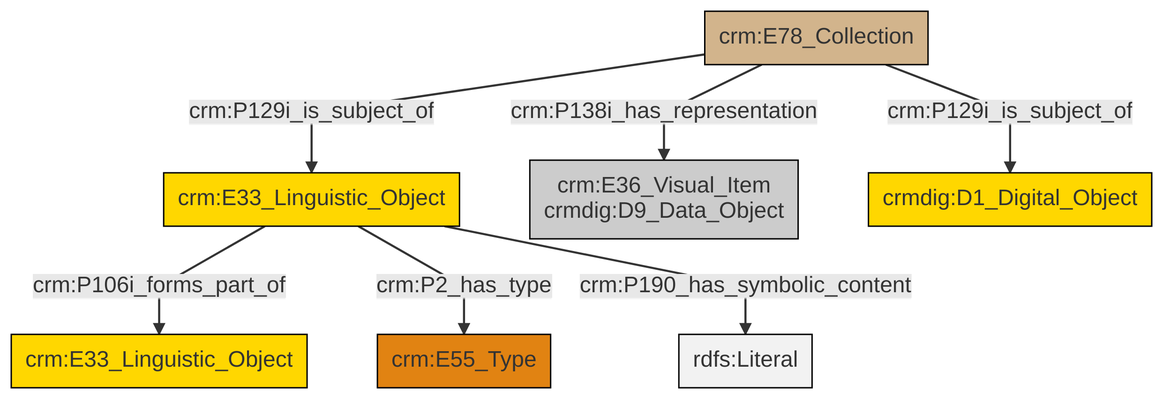
Before: et/archivalCSV/ttl/mmd/png/archival_docs.png, a diagram exported from Mermaid (swiss-art-research-net/docs.swissartresearch). Its source is kept beside it as et/archivalCSV/ttl/mmd/archival_docs.ttl.mmd.
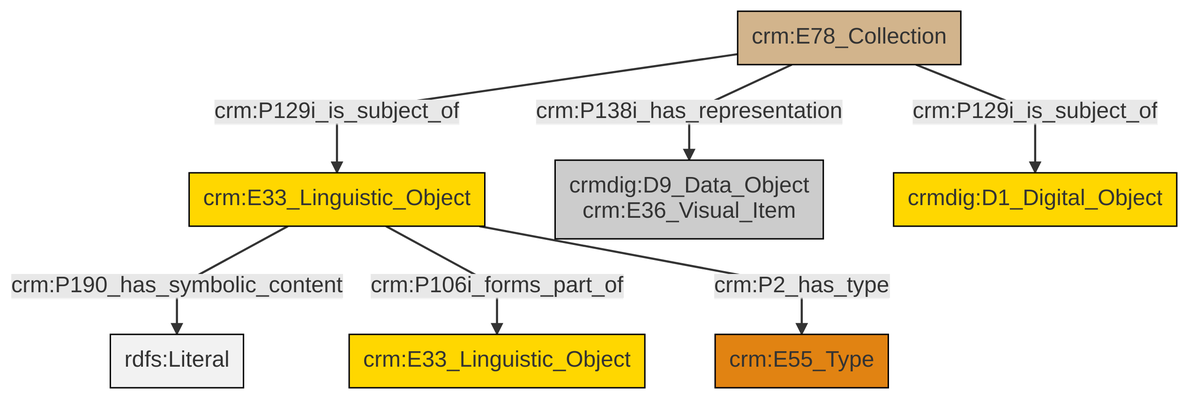
The same diagram one commit later.

What changed in the source:
```diff
@@ -13,9 +13,9 @@
 classDef PC_Classes fill:#4ce600, stroke:#000000;
 classDef Multi fill:#cccccc,stroke:#000000;
 
-4["crm:E33_Linguistic_Object"]:::Conceptual_Object -->|crm:P106i_forms_part_of| 2["crm:E33_Linguistic_Object"]:::Conceptual_Object
-5["crm:E78_Collection"]:::Physical_Thing -->|crm:P138i_has_representation| 6["crm:E36_Visual_Item<br>crmdig:D9_Data_Object"]:::Multi
-4["crm:E33_Linguistic_Object"]:::Conceptual_Object -->|crm:P2_has_type| 0["crm:E55_Type"]:::Type
-4["crm:E33_Linguistic_Object"]:::Conceptual_Object -->|crm:P190_has_symbolic_content| 9[rdfs:Literal]:::Literal
-5["crm:E78_Collection"]:::Physical_Thing -->|crm:P129i_is_subject_of| 4["crm:E33_Linguistic_Object"]:::Conceptual_Object
-5["crm:E78_Collection"]:::Physical_Thing -->|crm:P129i_is_subject_of| 13["crmdig:D1_Digital_Object"]:::Conceptual_Object
+0["crm:E33_Linguistic_Object"]:::Conceptual_Object -->|crm:P190_has_symbolic_content| 1[rdfs:Literal]:::Literal
+0["crm:E33_Linguistic_Object"]:::Conceptual_Object -->|crm:P106i_forms_part_of| 2["crm:E33_Linguistic_Object"]:::Conceptual_Object
+10["crm:E78_Collection"]:::Physical_Thing -->|crm:P129i_is_subject_of| 8["crmdig:D1_Digital_Object"]:::Conceptual_Object
+10["crm:E78_Collection"]:::Physical_Thing -->|crm:P138i_has_representation| 5["crmdig:D9_Data_Object<br>crm:E36_Visual_Item"]:::Multi
+0["crm:E33_Linguistic_Object"]:::Conceptual_Object -->|crm:P2_has_type| 3["crm:E55_Type"]:::Type
+10["crm:E78_Collection"]:::Physical_Thing -->|crm:P129i_is_subject_of| 0["crm:E33_Linguistic_Object"]:::Conceptual_Object
```
